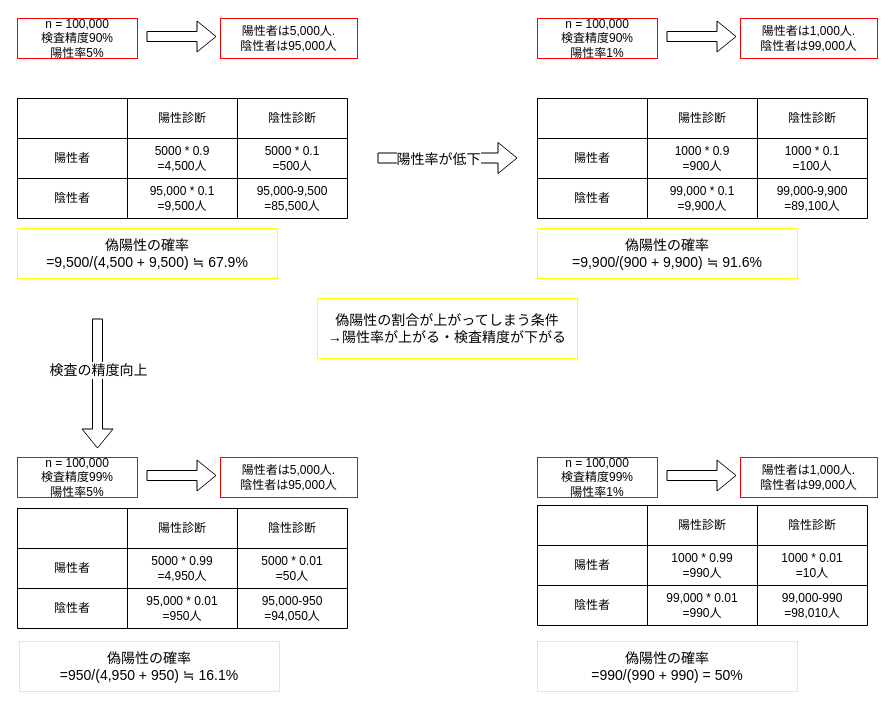
I-Kouta/Python2 keeps this draw.io diagram as page "条件付き確率" (3 of 3) of graph.dio. Above is the earlier version. Source tidied: cells renumbered, new cells numbered last; positions are measured from the earlier drawing's top-left corner, leaving out a move shared by most shapes. Both pictures are drawn from the tidied source at 100%, with x=0, y=0 at pixel (17, 18).
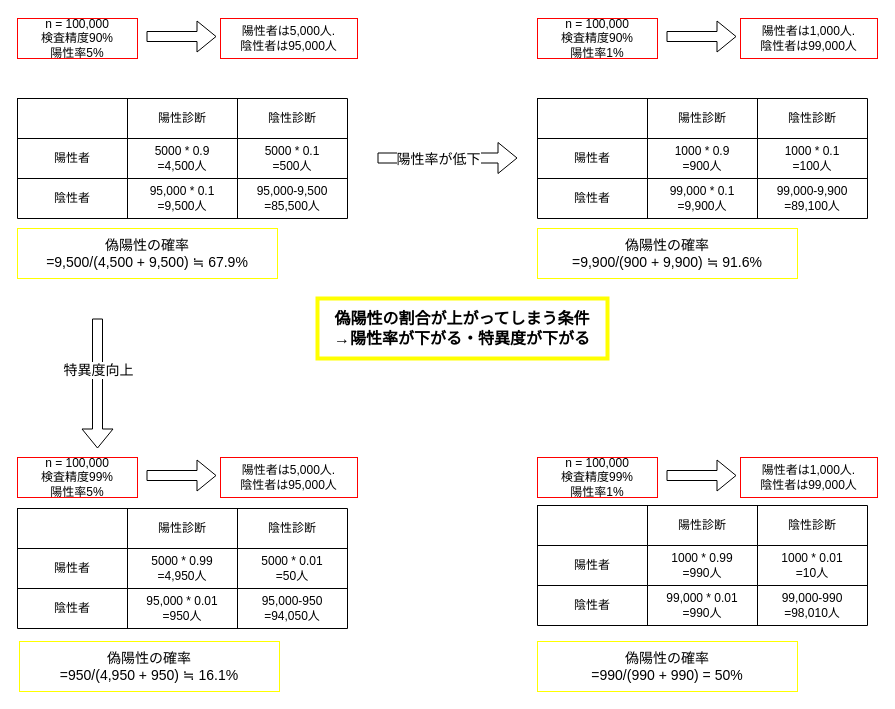
Above is the later version.

The change refers to these unchanged cells:
```xml
<mxCell id="38" style="shape=flexArrow;endArrow=classic;html=1;fontSize=14;" parent="1" edge="1">
  <mxGeometry relative="1" as="geometry">
    <mxPoint x="80" y="300" as="sourcePoint" />
    <mxPoint x="80" y="430" as="targetPoint" />
  </mxGeometry>
</mxCell>
```

Change to the diagram source:
```diff
@@
-    <mxCell id="39" value="検査の精度向上" style="edgeLabel;html=1;align=center;verticalAlign=middle;fontSize=14;" parent="38" vertex="1">
+    <mxCell id="39" value="特異度向上" style="edgeLabel;html=1;align=center;verticalAlign=middle;fontSize=14;" parent="38" vertex="1">
       <mxGeometry x="0.21" relative="1" as="geometry">
         <mxPoint y="-28" as="offset" />
       </mxGeometry>
     </mxCell>
@@
-    <mxCell id="74" value="&lt;font style=&quot;font-size: 14px;&quot;&gt;偽陽性の割合が上がってしまう条件&lt;br&gt;→陽性率が上がる・検査精度が下がる&lt;br&gt;&lt;/font&gt;" style="text;html=1;strokeColor=#FFFF00;fillColor=none;align=center;verticalAlign=middle;whiteSpace=wrap;rounded=0;" parent="1" vertex="1">
-      <mxGeometry x="300" y="280" width="260" height="60" as="geometry" />
+    <mxCell id="74" value="&lt;font style=&quot;font-size: 16px;&quot;&gt;&lt;b&gt;偽陽性の割合が上がってしまう条件&lt;br&gt;→陽性率が下がる・特異度が下がる&lt;/b&gt;&lt;br&gt;&lt;/font&gt;" style="text;html=1;strokeColor=#FFFF00;fillColor=none;align=center;verticalAlign=middle;whiteSpace=wrap;rounded=0;strokeWidth=4;" parent="1" vertex="1">
+      <mxGeometry x="300" y="280" width="290" height="60" as="geometry" />
     </mxCell>
```
